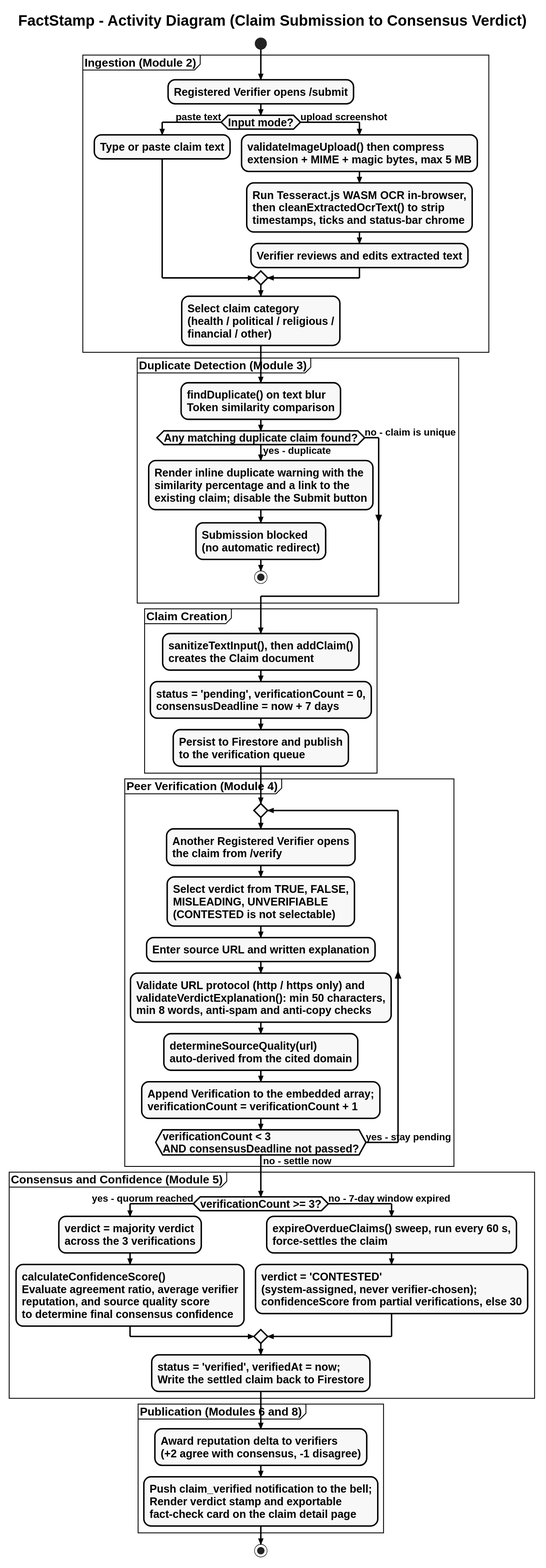
The PlantUML diagram FactStamp/black_book_draft/03_Requirements_and_Analysis/attachments/activity_diagram.svg in aadish0day/typst, before a commit.
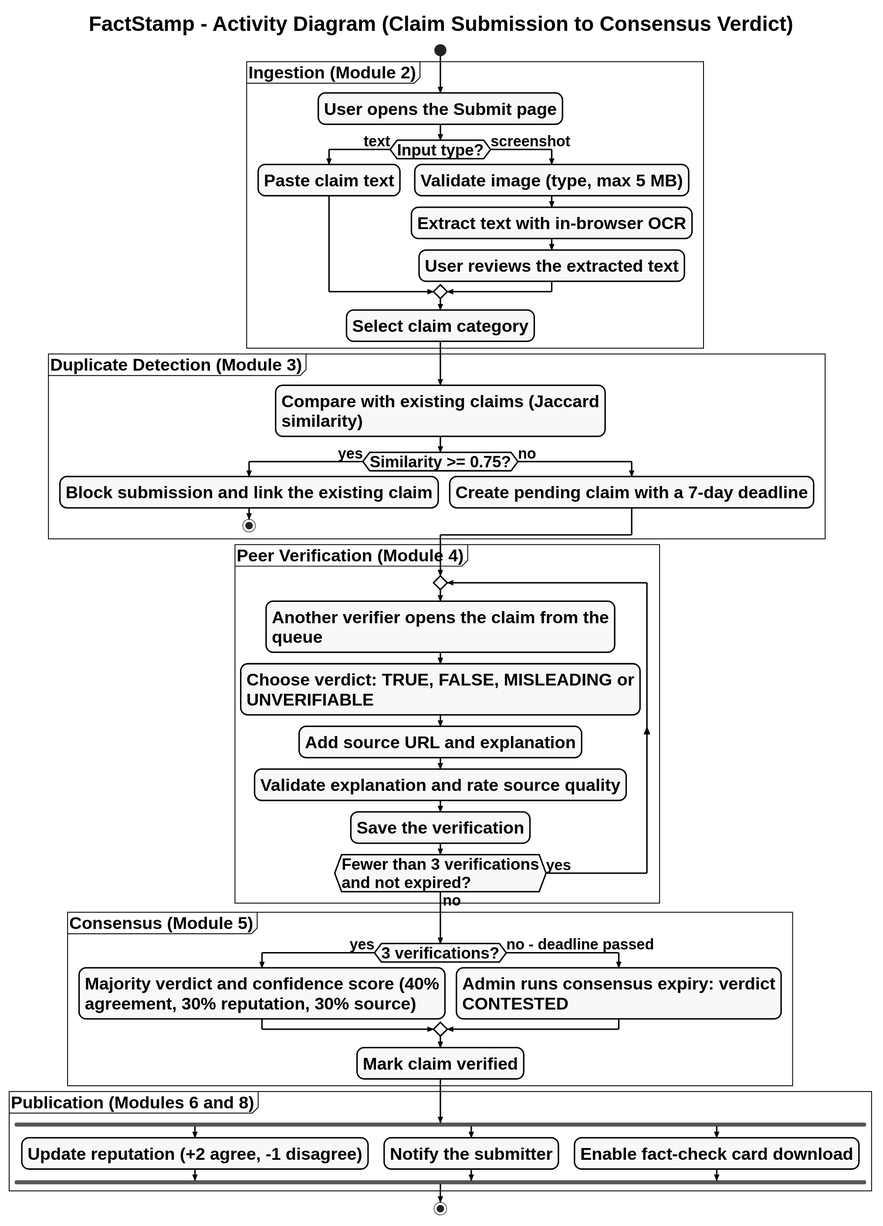
Above is the later version.

The edit, as a diff of the source:
```diff
@@ -36,72 +36,87 @@
 skinparam ActivityBorderColor black
 skinparam ActivityBorderThickness 2.5
 skinparam ActivityBackgroundColor #F8F9FA
-skinparam ActivityFontSize 19
+skinparam ActivityFontSize 30
 skinparam ActivityFontStyle bold
 skinparam ActivityDiamondBorderColor black
 skinparam ActivityDiamondBorderThickness 2.5
-skinparam ActivityDiamondFontSize 19
+skinparam ActivityDiamondFontSize 28
 skinparam ActivityDiamondFontStyle bold
+skinparam ArrowFontSize 26
 skinparam PartitionBorderColor black
 skinparam PartitionBorderThickness 2.5
-skinparam PartitionFontSize 20
+skinparam PartitionFontSize 30
 skinparam PartitionFontStyle bold
+<style>
+activityDiagram {
+  activity {
+    Padding 10
+  }
+  diamond {
+    FontSize 28
+    FontStyle bold
+  }
+  arrow {
+    FontSize 26
+    FontStyle bold
+  }
+}
+title {
+  FontSize 36
+}
+</style>
 
 start
 
 partition "Ingestion (Module 2)" {
-  :Registered Verifier opens /submit;
-  if (Input mode?) then (paste text)
-    :Type or paste claim text;
-  else (upload screenshot)
-    :validateImageUpload() then compress\nextension + MIME + magic bytes, max 5 MB;
-    :Run Tesseract.js WASM OCR in-browser,\nthen cleanExtractedOcrText() to strip\ntimestamps, ticks and status-bar chrome;
-    :Verifier reviews and edits extracted text;
+  :User opens the Submit page;
+  if (Input type?) then (text)
+    :Paste claim text;
+  else (screenshot)
+    :Validate image (type, max 5 MB);
+    :Extract text with in-browser OCR;
+    :User reviews the extracted text;
   endif
-  :Select claim category\n(health / political / religious /\nfinancial / other);
+  :Select claim category;
 }
 
 partition "Duplicate Detection (Module 3)" {
-  :findDuplicate() on text blur\nToken similarity comparison;
-  if (Any matching duplicate claim found?) then (yes - duplicate)
-    :Render inline duplicate warning with the\nsimilarity percentage and a link to the\nexisting claim; disable the Submit button;
-    :Submission blocked\n(no automatic redirect);
+  :Compare with existing claims (Jaccard\nsimilarity);
+  if (Similarity >= 0.75?) then (yes)
+    :Block submission and link the existing claim;
     stop
-  else (no - claim is unique)
+  else (no)
+    :Create pending claim with a 7-day deadline;
   endif
-}
-
-partition "Claim Creation" {
-  :sanitizeTextInput(), then addClaim()\ncreates the Claim document;
-  :status = 'pending', verificationCount = 0,\nconsensusDeadline = now + 7 days;
-  :Persist to Firestore and publish\nto the verification queue;
 }
 
 partition "Peer Verification (Module 4)" {
   repeat
-    :Another Registered Verifier opens\nthe claim from /verify;
-    :Select verdict from TRUE, FALSE,\nMISLEADING, UNVERIFIABLE\n(CONTESTED is not selectable);
-    :Enter source URL and written explanation;
-    :Validate URL protocol (http / https only) and\nvalidateVerdictExplanation(): min 50 characters,\nmin 8 words, anti-spam and anti-copy checks;
-    :determineSourceQuality(url)\nauto-derived from the cited domain;
-    :Append Verification to the embedded array;\nverificationCount = verificationCount + 1;
-  repeat while (verificationCount < 3\nAND consensusDeadline not passed?) is (yes - stay pending) not (no - settle now)
+    :Another verifier opens the claim from the\nqueue;
+    :Choose verdict: TRUE, FALSE, MISLEADING or\nUNVERIFIABLE;
+    :Add source URL and explanation;
+    :Validate explanation and rate source quality;
+    :Save the verification;
+  repeat while (Fewer than 3 verifications\nand not expired?) is (yes) not (no)
 }
 
-partition "Consensus and Confidence (Module 5)" {
-  if (verificationCount >= 3?) then (yes - quorum reached)
-    :verdict = majority verdict\nacross the 3 verifications;
-    :calculateConfidenceScore()\nEvaluate agreement ratio, average verifier\nreputation, and source quality score\nto determine final consensus confidence;
-  else (no - 7-day window expired)
-    :expireOverdueClaims() sweep, run every 60 s,\nforce-settles the claim;
-    :verdict = 'CONTESTED'\n(system-assigned, never verifier-chosen);\nconfidenceScore from partial verifications, else 30;
+partition "Consensus (Module 5)" {
+  if (3 verifications?) then (yes)
+    :Majority verdict and confidence score (40%\nagreement, 30% reputation, 30% source);
+  else (no - deadline passed)
+    :Admin runs consensus expiry: verdict\nCONTESTED;
   endif
-  :status = 'verified', verifiedAt = now;\nWrite the settled claim back to Firestore;
+  :Mark claim verified;
 }
 
 partition "Publication (Modules 6 and 8)" {
-  :Award reputation delta to verifiers\n(+2 agree with consensus, -1 disagree);
-  :Push claim_verified notification to the bell;\nRender verdict stamp and exportable\nfact-check card on the claim detail page;
+  fork
+    :Update reputation (+2 agree, -1 disagree);
+  fork again
+    :Notify the submitter;
+  fork again
+    :Enable fact-check card download;
+  end fork
 }
 
 stop
```
